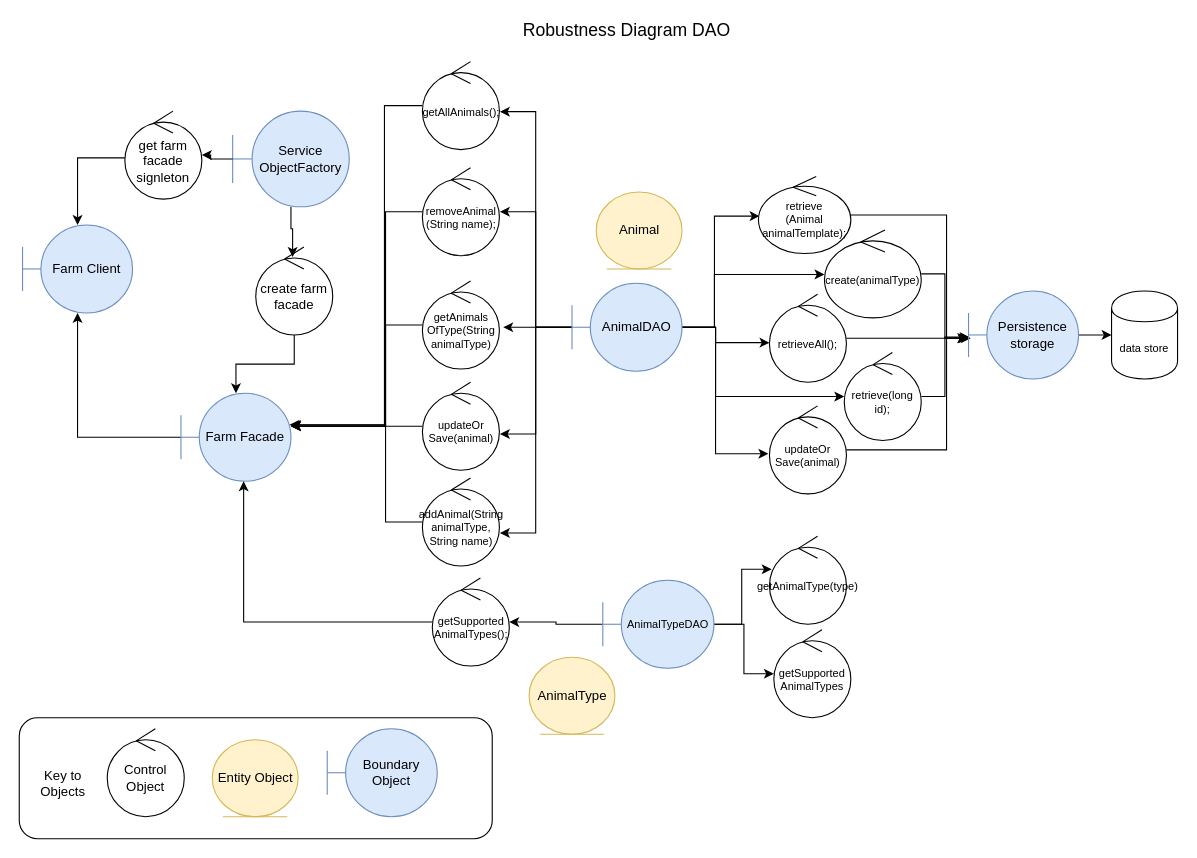
The draw.io diagram session4/shoppingcart/webApplicationExercise2-answer/UMLmodel/drawio/template-robustness-drawio .drawio in gallenc/solent2Public, before the edit. Source tidied: cells renumbered, new cells numbered last; positions are measured from the earlier drawing's top-left corner, leaving out a move shared by most shapes. Both pictures are drawn from the tidied source at 110%, with x=0, y=0 at pixel (19, 19).
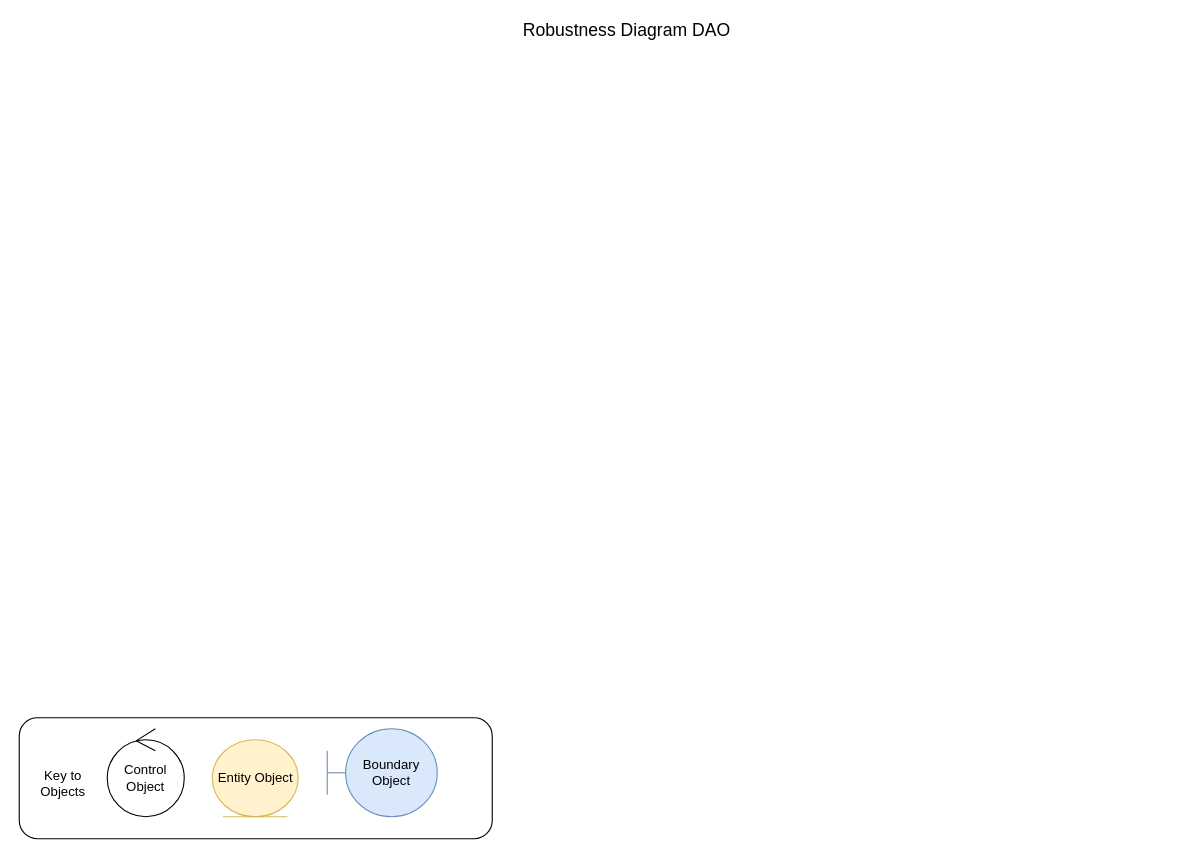
The same page after the edit.

Commit message (it also covers changes not shown here):
added robustness diagrams to session 4

Diff of the diagram source:
```diff
@@
-    <mxCell id="3" style="edgeStyle=orthogonalEdgeStyle;rounded=0;jettySize=auto;html=1;entryX=0.479;entryY=0.113;entryDx=0;entryDy=0;entryPerimeter=0;" parent="1" edge="1" source="4" target="15">
-      <mxGeometry relative="1" as="geometry" />
-    </mxCell>
-    <mxCell id="4" value="&lt;div&gt;Service&lt;/div&gt;&lt;div&gt;ObjectFactory&lt;/div&gt;" style="shape=umlBoundary;whiteSpace=wrap;html=1;fillColor=#dae8fc;strokeColor=#6c8ebf;" parent="1" vertex="1">
-      <mxGeometry x="194" y="83.5" width="106" height="87" as="geometry" />
-    </mxCell>
@@
-    <mxCell id="10" value="Animal" style="ellipse;shape=umlEntity;whiteSpace=wrap;html=1;fillColor=#fff2cc;strokeColor=#d6b656;" parent="1" vertex="1">
-      <mxGeometry x="524.5" y="157" width="78" height="70" as="geometry" />
-    </mxCell>
-    <mxCell id="11" style="edgeStyle=orthogonalEdgeStyle;rounded=0;jettySize=auto;html=1;" parent="1" edge="1" source="12" target="13">
-      <mxGeometry relative="1" as="geometry" />
-    </mxCell>
-    <mxCell id="12" value="Farm Facade" style="shape=umlBoundary;whiteSpace=wrap;html=1;fillColor=#dae8fc;strokeColor=#6c8ebf;" parent="1" vertex="1">
-      <mxGeometry x="147" y="340" width="100" height="80" as="geometry" />
-    </mxCell>
-    <mxCell id="13" value="Farm Client" style="shape=umlBoundary;whiteSpace=wrap;html=1;fillColor=#dae8fc;strokeColor=#6c8ebf;" parent="1" vertex="1">
-      <mxGeometry x="3" y="187" width="100" height="80" as="geometry" />
-    </mxCell>
-    <mxCell id="14" style="edgeStyle=orthogonalEdgeStyle;rounded=0;jettySize=auto;html=1;" parent="1" edge="1" source="15" target="12">
-      <mxGeometry relative="1" as="geometry" />
-    </mxCell>
-    <mxCell id="15" value="create farm facade" style="ellipse;shape=umlControl;whiteSpace=wrap;html=1;" parent="1" vertex="1">
-      <mxGeometry x="215" y="207" width="70" height="80" as="geometry" />
-    </mxCell>
-    <mxCell id="16" value="AnimalType" style="ellipse;shape=umlEntity;whiteSpace=wrap;html=1;fillColor=#fff2cc;strokeColor=#d6b656;" parent="1" vertex="1">
-      <mxGeometry x="463.5" y="580" width="78" height="70" as="geometry" />
-    </mxCell>
-    <mxCell id="17" style="edgeStyle=orthogonalEdgeStyle;rounded=0;jettySize=auto;html=1;entryX=0.012;entryY=0.514;entryDx=0;entryDy=0;entryPerimeter=0;fontSize=10;" parent="1" edge="1" source="27" target="36">
-      <mxGeometry relative="1" as="geometry">
-        <Array as="points">
-          <mxPoint x="632" y="280" />
-          <mxPoint x="632" y="179" />
-        </Array>
-      </mxGeometry>
-    </mxCell>
-    <mxCell id="18" style="edgeStyle=orthogonalEdgeStyle;rounded=0;jettySize=auto;html=1;fontSize=10;" parent="1" edge="1" source="27" target="42">
-      <mxGeometry relative="1" as="geometry">
-        <Array as="points">
-          <mxPoint x="632" y="280" />
-          <mxPoint x="632" y="232" />
-        </Array>
-      </mxGeometry>
-    </mxCell>
-    <mxCell id="19" style="edgeStyle=orthogonalEdgeStyle;rounded=0;jettySize=auto;html=1;entryX=0;entryY=0.55;entryDx=0;entryDy=0;entryPerimeter=0;fontSize=10;" parent="1" edge="1" source="27" target="38">
-      <mxGeometry relative="1" as="geometry">
-        <Array as="points">
-          <mxPoint x="633" y="280" />
-          <mxPoint x="633" y="294" />
-        </Array>
-      </mxGeometry>
-    </mxCell>
-    <mxCell id="20" style="edgeStyle=orthogonalEdgeStyle;rounded=0;jettySize=auto;html=1;fontSize=10;" parent="1" edge="1" source="27" target="40">
-      <mxGeometry relative="1" as="geometry">
-        <Array as="points">
-          <mxPoint x="633" y="280" />
-          <mxPoint x="633" y="343" />
-        </Array>
-      </mxGeometry>
-    </mxCell>
-    <mxCell id="21" style="edgeStyle=orthogonalEdgeStyle;rounded=0;jettySize=auto;html=1;entryX=-0.014;entryY=0.544;entryDx=0;entryDy=0;entryPerimeter=0;fontSize=10;" parent="1" edge="1" source="27" target="44">
-      <mxGeometry relative="1" as="geometry">
-        <Array as="points">
-          <mxPoint x="633" y="280" />
-          <mxPoint x="633" y="395" />
-        </Array>
-      </mxGeometry>
-    </mxCell>
-    <mxCell id="22" style="edgeStyle=orthogonalEdgeStyle;rounded=0;jettySize=auto;html=1;entryX=1.007;entryY=0.569;entryDx=0;entryDy=0;entryPerimeter=0;fontSize=10;" parent="1" edge="1" source="27" target="59">
-      <mxGeometry relative="1" as="geometry" />
-    </mxCell>
-    <mxCell id="23" style="edgeStyle=orthogonalEdgeStyle;rounded=0;jettySize=auto;html=1;entryX=1.007;entryY=0.5;entryDx=0;entryDy=0;entryPerimeter=0;fontSize=10;" parent="1" edge="1" source="27" target="51">
-      <mxGeometry relative="1" as="geometry" />
-    </mxCell>
-    <mxCell id="24" style="edgeStyle=orthogonalEdgeStyle;rounded=0;jettySize=auto;html=1;fontSize=10;" parent="1" edge="1" source="27">
-      <mxGeometry relative="1" as="geometry">
-        <mxPoint x="440" y="280" as="targetPoint" />
-      </mxGeometry>
-    </mxCell>
-    <mxCell id="25" style="edgeStyle=orthogonalEdgeStyle;rounded=0;jettySize=auto;html=1;entryX=1.007;entryY=0.588;entryDx=0;entryDy=0;entryPerimeter=0;fontSize=10;" parent="1" edge="1" source="27" target="49">
-      <mxGeometry relative="1" as="geometry" />
-    </mxCell>
-    <mxCell id="26" style="edgeStyle=orthogonalEdgeStyle;rounded=0;jettySize=auto;html=1;entryX=1.007;entryY=0.625;entryDx=0;entryDy=0;entryPerimeter=0;fontSize=10;" parent="1" edge="1" source="27" target="57">
-      <mxGeometry relative="1" as="geometry" />
-    </mxCell>
-    <mxCell id="27" value="AnimalDAO" style="shape=umlBoundary;whiteSpace=wrap;html=1;fillColor=#dae8fc;strokeColor=#6c8ebf;" parent="1" vertex="1">
-      <mxGeometry x="502.5" y="240" width="100" height="80" as="geometry" />
-    </mxCell>
-    <mxCell id="28" style="edgeStyle=orthogonalEdgeStyle;rounded=0;jettySize=auto;html=1;entryX=0.029;entryY=0.375;entryDx=0;entryDy=0;entryPerimeter=0;fontSize=10;" parent="1" edge="1" source="31" target="46">
-      <mxGeometry relative="1" as="geometry" />
-    </mxCell>
-    <mxCell id="29" style="edgeStyle=orthogonalEdgeStyle;rounded=0;jettySize=auto;html=1;fontSize=10;" parent="1" edge="1" source="31" target="47">
-      <mxGeometry relative="1" as="geometry" />
-    </mxCell>
-    <mxCell id="30" style="edgeStyle=orthogonalEdgeStyle;rounded=0;jettySize=auto;html=1;fontSize=10;" parent="1" edge="1" source="31" target="53">
-      <mxGeometry relative="1" as="geometry" />
-    </mxCell>
-    <mxCell id="31" value="AnimalTypeDAO" style="shape=umlBoundary;whiteSpace=wrap;html=1;fillColor=#dae8fc;strokeColor=#6c8ebf;fontSize=10;" parent="1" vertex="1">
-      <mxGeometry x="530.5" y="510" width="101" height="80" as="geometry" />
-    </mxCell>
-    <mxCell id="32" style="edgeStyle=orthogonalEdgeStyle;rounded=0;jettySize=auto;html=1;fontSize=10;exitX=0;exitY=0.531;exitDx=0;exitDy=0;exitPerimeter=0;" parent="1" edge="1" source="33" target="13">
-      <mxGeometry relative="1" as="geometry" />
-    </mxCell>
-    <mxCell id="33" value="get farm facade signleton" style="ellipse;shape=umlControl;whiteSpace=wrap;html=1;" parent="1" vertex="1">
-      <mxGeometry x="96" y="83.5" width="70" height="80" as="geometry" />
-    </mxCell>
-    <mxCell id="34" style="edgeStyle=orthogonalEdgeStyle;rounded=0;jettySize=auto;html=1;" parent="1" edge="1" source="4" target="33">
-      <mxGeometry relative="1" as="geometry" />
-    </mxCell>
-    <mxCell id="35" style="edgeStyle=orthogonalEdgeStyle;rounded=0;jettySize=auto;html=1;entryX=0;entryY=0.538;entryDx=0;entryDy=0;entryPerimeter=0;" parent="1" edge="1" source="36" target="61">
-      <mxGeometry relative="1" as="geometry">
-        <Array as="points">
-          <mxPoint x="843" y="178" />
-          <mxPoint x="843" y="290" />
-        </Array>
-      </mxGeometry>
-    </mxCell>
-    <mxCell id="36" value="&lt;div style=&quot;font-size: 10px;&quot;&gt;retrieve&lt;/div&gt;&lt;div style=&quot;font-size: 10px;&quot;&gt;(Animal animalTemplate);&lt;/div&gt;" style="ellipse;shape=umlControl;whiteSpace=wrap;html=1;fontSize=10;" parent="1" vertex="1">
-      <mxGeometry x="672" y="143" width="84" height="70" as="geometry" />
-    </mxCell>
-    <mxCell id="37" style="edgeStyle=orthogonalEdgeStyle;rounded=0;jettySize=auto;html=1;entryX=0.02;entryY=0.538;entryDx=0;entryDy=0;entryPerimeter=0;" parent="1" edge="1" source="38" target="61">
-      <mxGeometry relative="1" as="geometry" />
-    </mxCell>
-    <mxCell id="38" value="retrieveAll();" style="ellipse;shape=umlControl;whiteSpace=wrap;html=1;fontSize=10;" parent="1" vertex="1">
-      <mxGeometry x="682" y="250" width="70" height="80" as="geometry" />
-    </mxCell>
-    <mxCell id="39" style="edgeStyle=orthogonalEdgeStyle;rounded=0;jettySize=auto;html=1;entryX=0.01;entryY=0.525;entryDx=0;entryDy=0;entryPerimeter=0;" parent="1" edge="1" source="40" target="61">
-      <mxGeometry relative="1" as="geometry" />
-    </mxCell>
-    <mxCell id="40" value="retrieve(long id);" style="ellipse;shape=umlControl;whiteSpace=wrap;html=1;fontSize=10;" parent="1" vertex="1">
-      <mxGeometry x="750" y="303" width="70" height="80" as="geometry" />
-    </mxCell>
-    <mxCell id="41" style="edgeStyle=orthogonalEdgeStyle;rounded=0;jettySize=auto;html=1;entryX=-0.01;entryY=0.538;entryDx=0;entryDy=0;entryPerimeter=0;" parent="1" edge="1" source="42" target="61">
-      <mxGeometry relative="1" as="geometry" />
-    </mxCell>
-    <mxCell id="42" value="create(animalType)" style="ellipse;shape=umlControl;whiteSpace=wrap;html=1;fontSize=10;" parent="1" vertex="1">
-      <mxGeometry x="732" y="191.5" width="88" height="80" as="geometry" />
-    </mxCell>
-    <mxCell id="43" style="edgeStyle=orthogonalEdgeStyle;rounded=0;jettySize=auto;html=1;entryX=-0.01;entryY=0.538;entryDx=0;entryDy=0;entryPerimeter=0;" parent="1" edge="1" source="44" target="61">
-      <mxGeometry relative="1" as="geometry">
-        <Array as="points">
-          <mxPoint x="843" y="392" />
-          <mxPoint x="843" y="290" />
-        </Array>
-      </mxGeometry>
-    </mxCell>
-    <mxCell id="44" value="&lt;div&gt;updateOr&lt;/div&gt;&lt;div&gt;Save(animal)&lt;/div&gt;" style="ellipse;shape=umlControl;whiteSpace=wrap;html=1;fontSize=10;" parent="1" vertex="1">
-      <mxGeometry x="682" y="351.5" width="70" height="80" as="geometry" />
-    </mxCell>
-    <mxCell id="45" value="data store" style="shape=cylinder;whiteSpace=wrap;html=1;boundedLbl=1;backgroundOutline=1;fontSize=10;" parent="1" vertex="1">
-      <mxGeometry x="993" y="247" width="60" height="80" as="geometry" />
-    </mxCell>
-    <mxCell id="46" value="getAnimalType(type)" style="ellipse;shape=umlControl;whiteSpace=wrap;html=1;fontSize=10;" parent="1" vertex="1">
-      <mxGeometry x="682" y="470" width="70" height="80" as="geometry" />
-    </mxCell>
-    <mxCell id="47" value="&lt;div&gt;getSupported&lt;/div&gt;&lt;div&gt;AnimalTypes&lt;/div&gt;" style="ellipse;shape=umlControl;whiteSpace=wrap;html=1;fontSize=10;" parent="1" vertex="1">
-      <mxGeometry x="686" y="555" width="70" height="80" as="geometry" />
-    </mxCell>
-    <mxCell id="48" style="edgeStyle=orthogonalEdgeStyle;rounded=0;jettySize=auto;html=1;fontSize=10;" parent="1" edge="1" source="49" target="12">
-      <mxGeometry relative="1" as="geometry">
-        <Array as="points">
-          <mxPoint x="253" y="370" />
-          <mxPoint x="253" y="370" />
-        </Array>
-      </mxGeometry>
-    </mxCell>
-    <mxCell id="49" value="&lt;div&gt;updateOr&lt;/div&gt;&lt;div&gt;Save(animal)&lt;/div&gt;" style="ellipse;shape=umlControl;whiteSpace=wrap;html=1;fontSize=10;" parent="1" vertex="1">
-      <mxGeometry x="366.5" y="330" width="70" height="80" as="geometry" />
-    </mxCell>
-    <mxCell id="50" style="edgeStyle=orthogonalEdgeStyle;rounded=0;jettySize=auto;html=1;fontSize=10;" parent="1" edge="1" source="51" target="12">
-      <mxGeometry relative="1" as="geometry">
-        <Array as="points">
-          <mxPoint x="333" y="175" />
-          <mxPoint x="333" y="369" />
-        </Array>
-      </mxGeometry>
-    </mxCell>
-    <mxCell id="51" value="&lt;div&gt;removeAnimal&lt;/div&gt;&lt;div&gt;(String name);&lt;/div&gt;" style="ellipse;shape=umlControl;whiteSpace=wrap;html=1;fontSize=10;" parent="1" vertex="1">
-      <mxGeometry x="366.5" y="135" width="70" height="80" as="geometry" />
-    </mxCell>
-    <mxCell id="52" style="edgeStyle=orthogonalEdgeStyle;rounded=0;jettySize=auto;html=1;entryX=0.57;entryY=1;entryDx=0;entryDy=0;entryPerimeter=0;fontSize=10;" parent="1" edge="1" source="53" target="12">
-      <mxGeometry relative="1" as="geometry">
-        <Array as="points">
-          <mxPoint x="204" y="548" />
-        </Array>
-      </mxGeometry>
-    </mxCell>
-    <mxCell id="53" value="&lt;div&gt;getSupported&lt;/div&gt;&lt;div&gt;AnimalTypes();&lt;/div&gt;" style="ellipse;shape=umlControl;whiteSpace=wrap;html=1;fontSize=10;" parent="1" vertex="1">
-      <mxGeometry x="375.5" y="508" width="70" height="80" as="geometry" />
-    </mxCell>
-    <mxCell id="54" style="edgeStyle=orthogonalEdgeStyle;rounded=0;jettySize=auto;html=1;fontSize=10;" parent="1" edge="1" source="55" target="12">
-      <mxGeometry relative="1" as="geometry">
-        <Array as="points">
-          <mxPoint x="333" y="278" />
-          <mxPoint x="333" y="370" />
-        </Array>
-      </mxGeometry>
-    </mxCell>
-    <mxCell id="55" value="&lt;div&gt;getAnimals&lt;/div&gt;&lt;div&gt;OfType(String animalType)&lt;/div&gt;" style="ellipse;shape=umlControl;whiteSpace=wrap;html=1;fontSize=10;" parent="1" vertex="1">
-      <mxGeometry x="366.5" y="238" width="70" height="80" as="geometry" />
-    </mxCell>
-    <mxCell id="56" style="edgeStyle=orthogonalEdgeStyle;rounded=0;jettySize=auto;html=1;fontSize=10;entryX=0.987;entryY=0.358;entryDx=0;entryDy=0;entryPerimeter=0;" parent="1" edge="1" source="57" target="12">
-      <mxGeometry relative="1" as="geometry">
-        <Array as="points">
-          <mxPoint x="333" y="457" />
-          <mxPoint x="333" y="369" />
-        </Array>
-      </mxGeometry>
-    </mxCell>
-    <mxCell id="57" value="addAnimal(String animalType, String name)" style="ellipse;shape=umlControl;whiteSpace=wrap;html=1;fontSize=10;" parent="1" vertex="1">
-      <mxGeometry x="366.5" y="417" width="70" height="80" as="geometry" />
-    </mxCell>
-    <mxCell id="58" style="edgeStyle=orthogonalEdgeStyle;rounded=0;jettySize=auto;html=1;fontSize=10;" parent="1" edge="1" source="59" target="12">
-      <mxGeometry relative="1" as="geometry">
-        <Array as="points">
-          <mxPoint x="332" y="79" />
-          <mxPoint x="332" y="370" />
-        </Array>
-      </mxGeometry>
-    </mxCell>
-    <mxCell id="59" value="getAllAnimals();" style="ellipse;shape=umlControl;whiteSpace=wrap;html=1;fontSize=10;" parent="1" vertex="1">
-      <mxGeometry x="366.5" y="38.5" width="70" height="80" as="geometry" />
-    </mxCell>
-    <mxCell id="60" style="edgeStyle=orthogonalEdgeStyle;rounded=0;jettySize=auto;html=1;" parent="1" edge="1" source="61" target="45">
-      <mxGeometry relative="1" as="geometry" />
-    </mxCell>
-    <mxCell id="61" value="Persistence&lt;br&gt;storage" style="shape=umlBoundary;whiteSpace=wrap;html=1;fillColor=#dae8fc;strokeColor=#6c8ebf;" parent="1" vertex="1">
-      <mxGeometry x="863" y="247" width="100" height="80" as="geometry" />
-    </mxCell>
```
